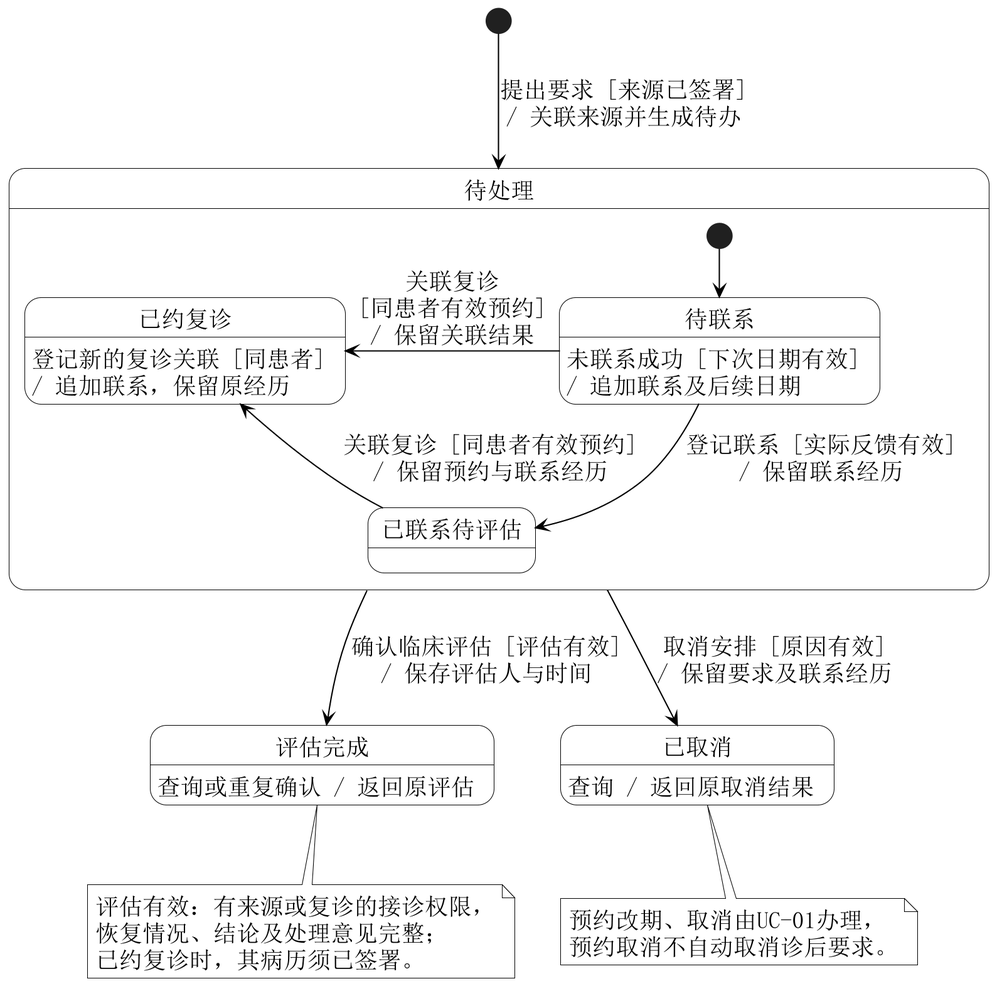
Earlier version of the PlantUML export 01-需求文档/diagrams/17-followup-state-machine.png (Shawmc-creator/systemAnalyseAndDesign).
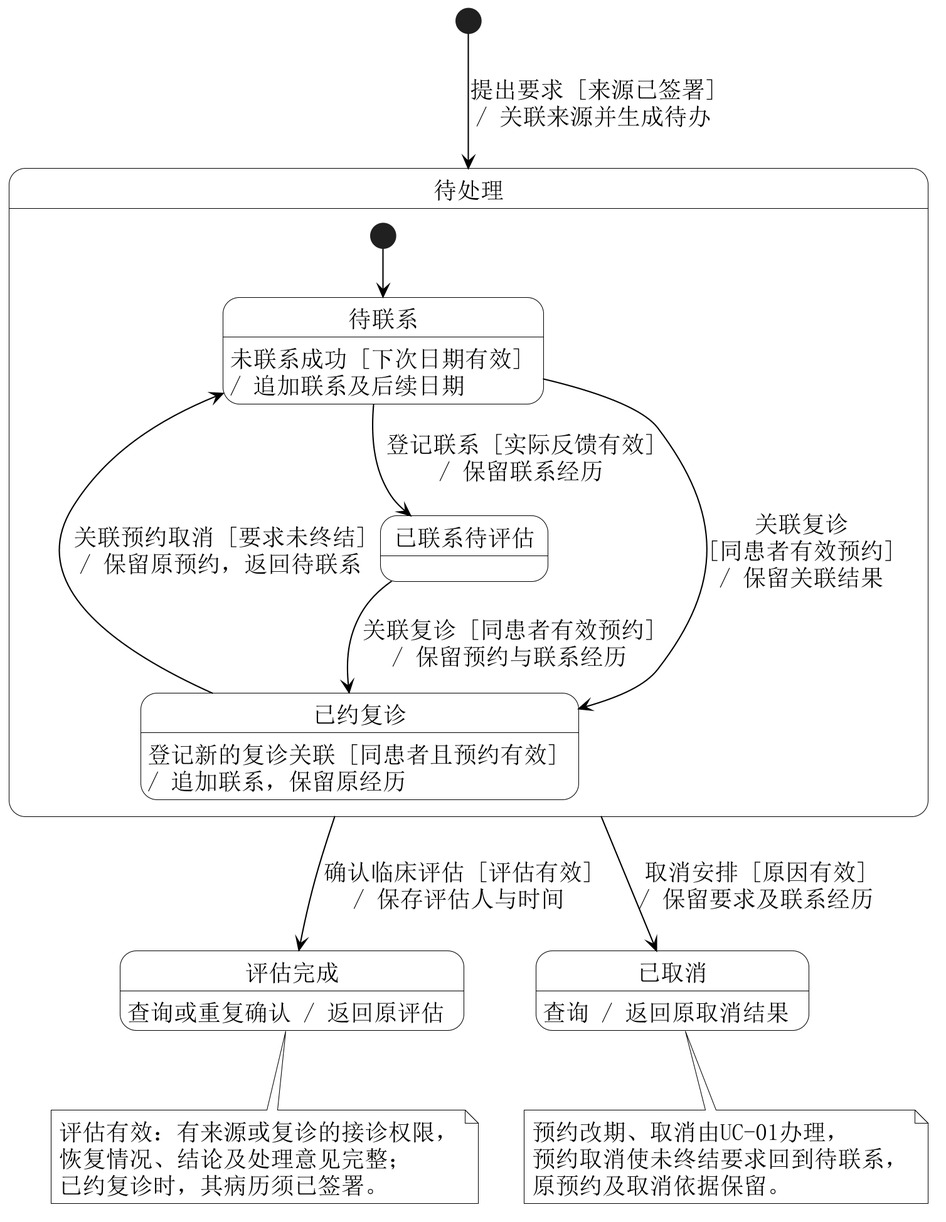
Later version of the same file.

Diff of the diagram source:
```diff
@@ -23,7 +23,8 @@
  Pending -down-> Contacted : 登记联系 [实际反馈有效]\n/ 保留联系经历
  Contacted -down-> Scheduled : 关联复诊 [同患者有效预约]\n/ 保留预约与联系经历
  Pending -left-> Scheduled : 关联复诊\n[同患者有效预约]\n/ 保留关联结果
- Scheduled : 登记新的复诊关联 [同患者]\n/ 追加联系，保留原经历
+ Scheduled -left-> Pending : 关联预约取消 [要求未终结]\n/ 保留原预约，返回待联系
+ Scheduled : 登记新的复诊关联 [同患者且预约有效]\n/ 追加联系，保留原经历
 }
 state "评估完成" as Completed
 state "已取消" as Cancelled
@@ -39,6 +40,7 @@
 end note
 note bottom of Cancelled
  预约改期、取消由UC-01办理，
- 预约取消不自动取消诊后要求。
+ 预约取消使未终结要求回到待联系，
+ 原预约及取消依据保留。
 end note
 @enduml
```
